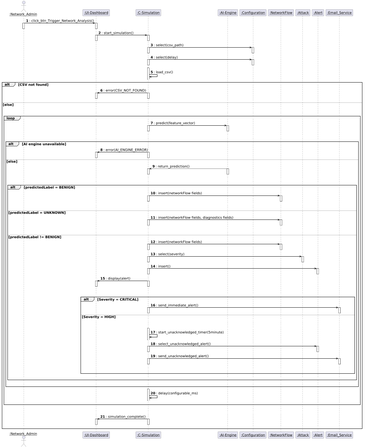
Above: diagrams/SeqD_trigger_network_analysis.png in Amira-BOUAFIF/pfe-nids-report (PlantUML), before the change. Its source is kept beside it as diagrams/code/SeqD_trigger_network_analysis.puml.
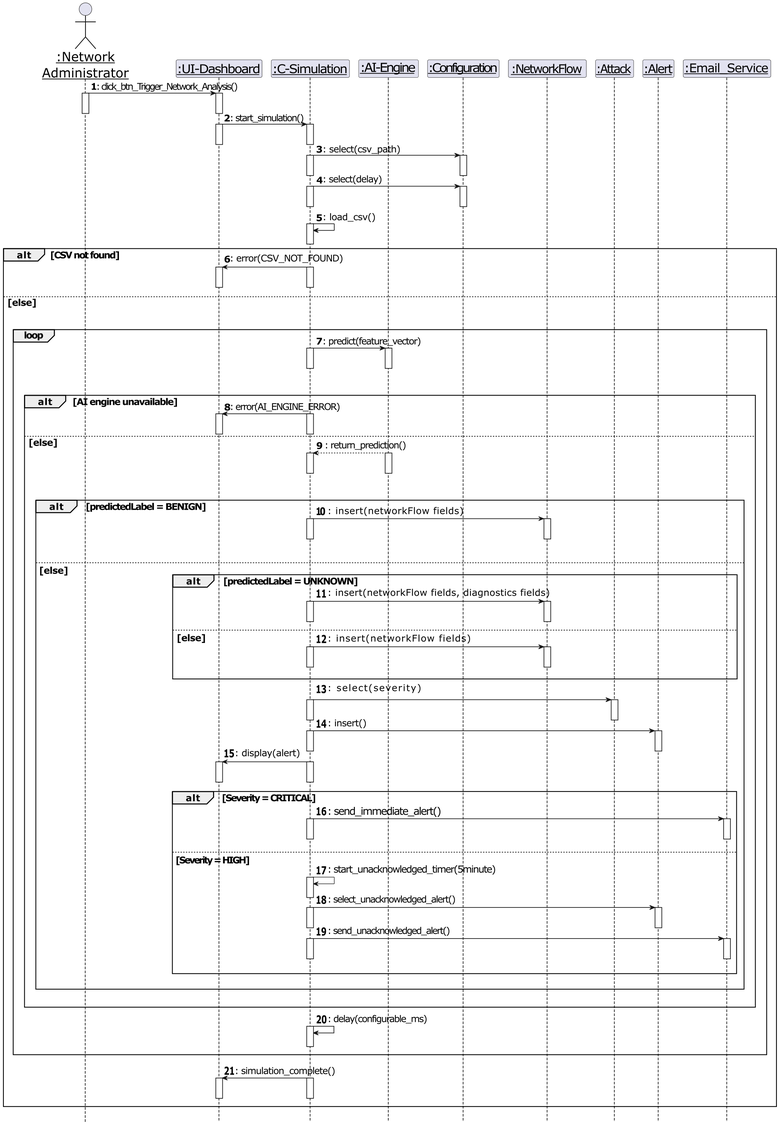
The same file after the commit.

Diff of the diagram source:
```diff
@@ -19,7 +19,7 @@
 scale 4
 
 
-actor ":Network_Admin" as Admin
+actor ":Network_Administrator" as Admin
 participant ":UI-Dashboard" as UI
 participant ":C-Simulation" as Sim
 participant ":AI-Engine" as AI
```
